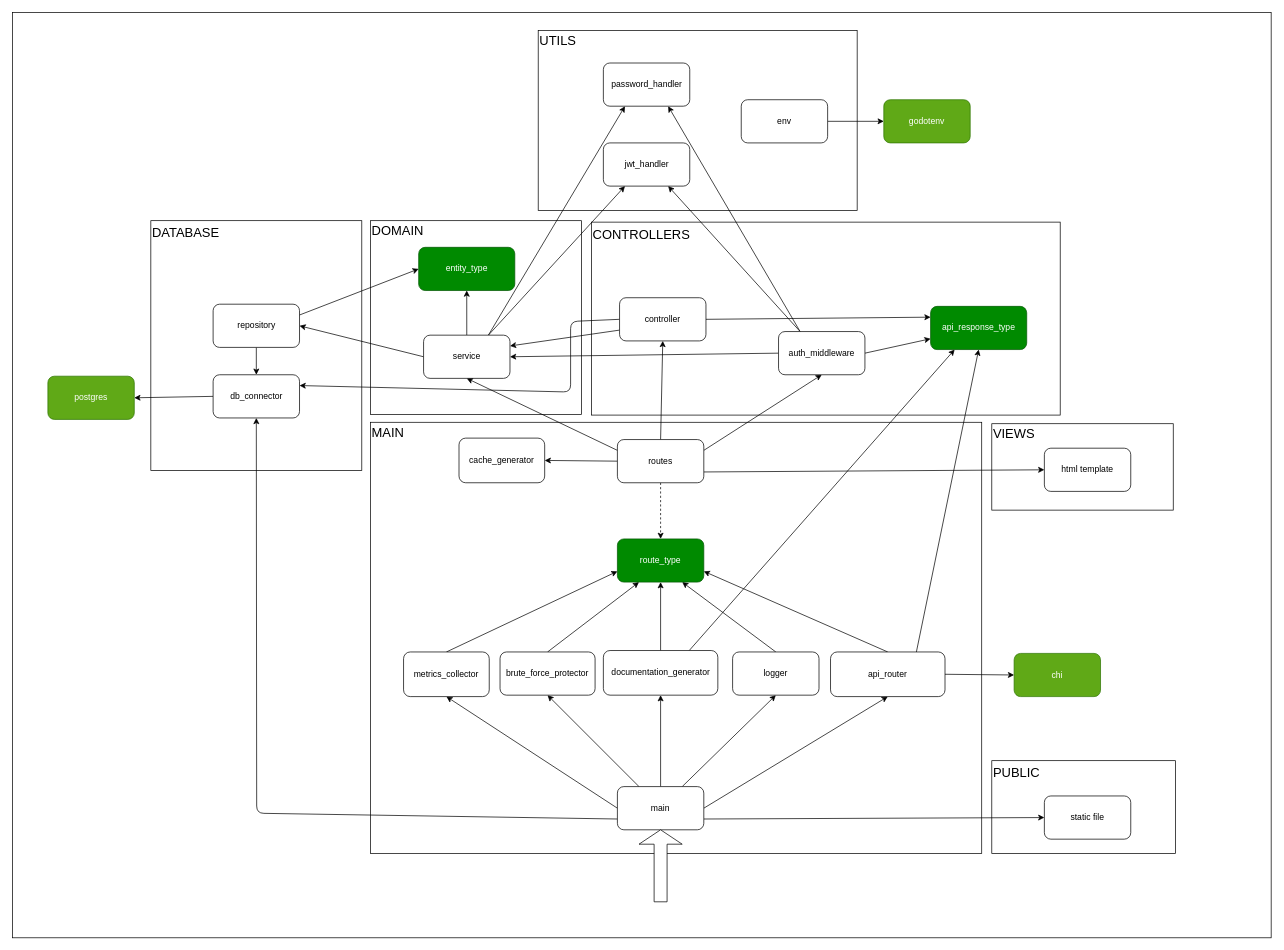
This is docs/api.drawio from DouglasVolcato/golang-api-template, a draw.io file, before an edit. Source tidied: cells renumbered, new cells numbered last; positions are measured from the earlier drawing's top-left corner, leaving out a move shared by most shapes. Both pictures are drawn from the tidied source at 72%, with x=0, y=0 at pixel (12, 12).
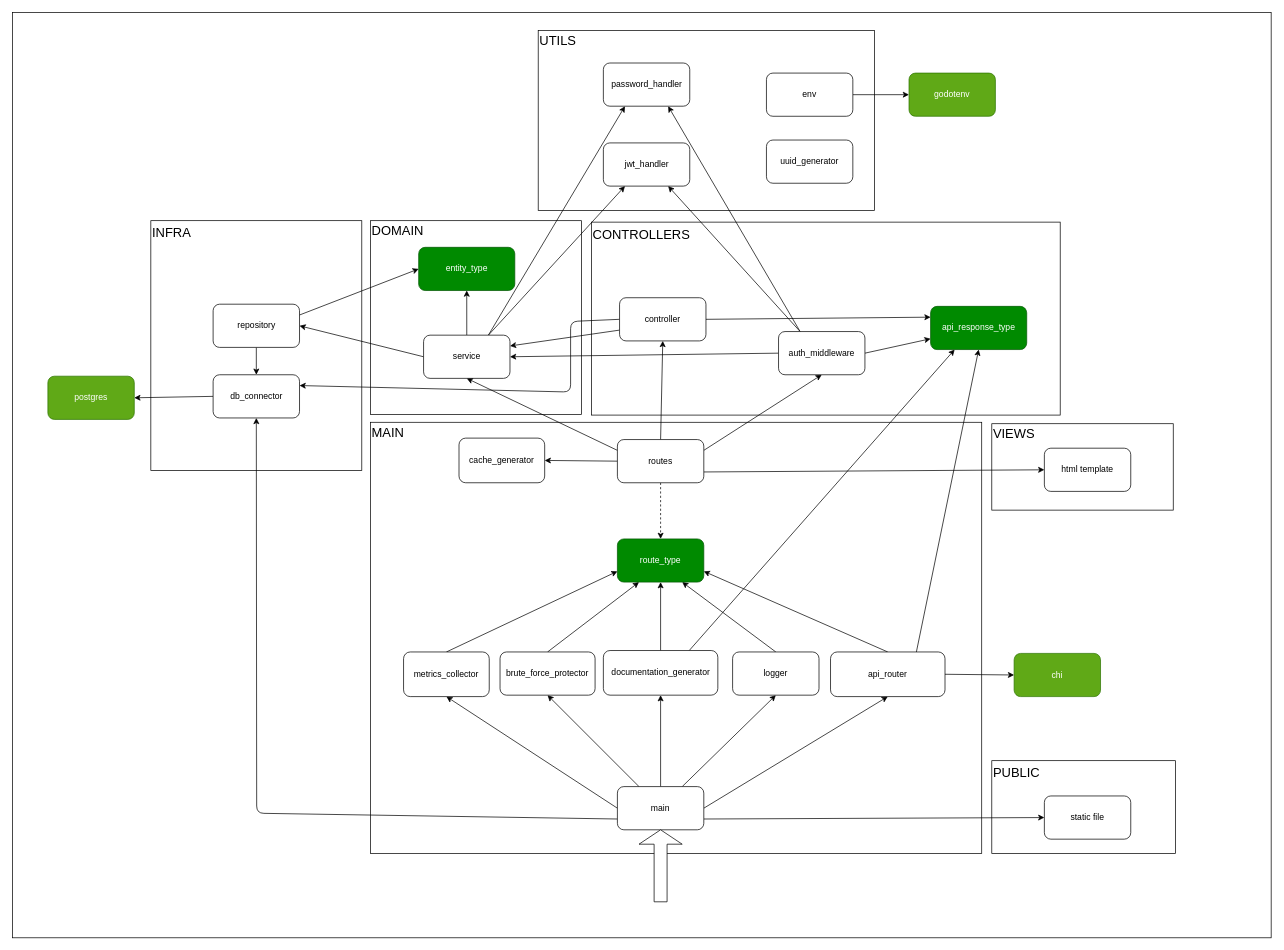
After the change.

Commit message (it also covers changes not shown here):
feat: implement system architecture

The edit, as a diff of the source:
```diff
@@
     <mxCell id="3" style="rounded=0;whiteSpace=wrap;html=1;" parent="1" vertex="1">
-      <mxGeometry x="730" y="25" width="443" height="250" as="geometry" />
+      <mxGeometry x="730" y="25" width="467" height="250" as="geometry" />
     </mxCell>
@@
-    <mxCell id="64" value="DATABASE" style="text;html=1;align=left;verticalAlign=middle;whiteSpace=wrap;rounded=0;fontSize=18;" parent="1" vertex="1">
+    <mxCell id="64" value="INFRA" style="text;html=1;align=left;verticalAlign=middle;whiteSpace=wrap;rounded=0;fontSize=18;" parent="1" vertex="1">
       <mxGeometry x="192" y="291" width="93" height="30" as="geometry" />
     </mxCell>
@@
     <mxCell id="75" value="env" style="rounded=1;whiteSpace=wrap;html=1;" parent="1" vertex="1">
-      <mxGeometry x="1012" y="121" width="120" height="60" as="geometry" />
+      <mxGeometry x="1047" y="84" width="120" height="60" as="geometry" />
     </mxCell>
@@
     <mxCell id="77" value="godotenv" style="rounded=1;whiteSpace=wrap;html=1;fillColor=#60a917;fontColor=#ffffff;strokeColor=#2D7600;" parent="1" vertex="1">
-      <mxGeometry x="1210" y="121" width="120" height="60" as="geometry" />
+      <mxGeometry x="1245" y="84" width="120" height="60" as="geometry" />
     </mxCell>
+    <mxCell id="78" value="uuid_generator" style="rounded=1;whiteSpace=wrap;html=1;" parent="1" vertex="1">
+      <mxGeometry x="1047" y="177" width="120" height="60" as="geometry" />
+    </mxCell>
```
